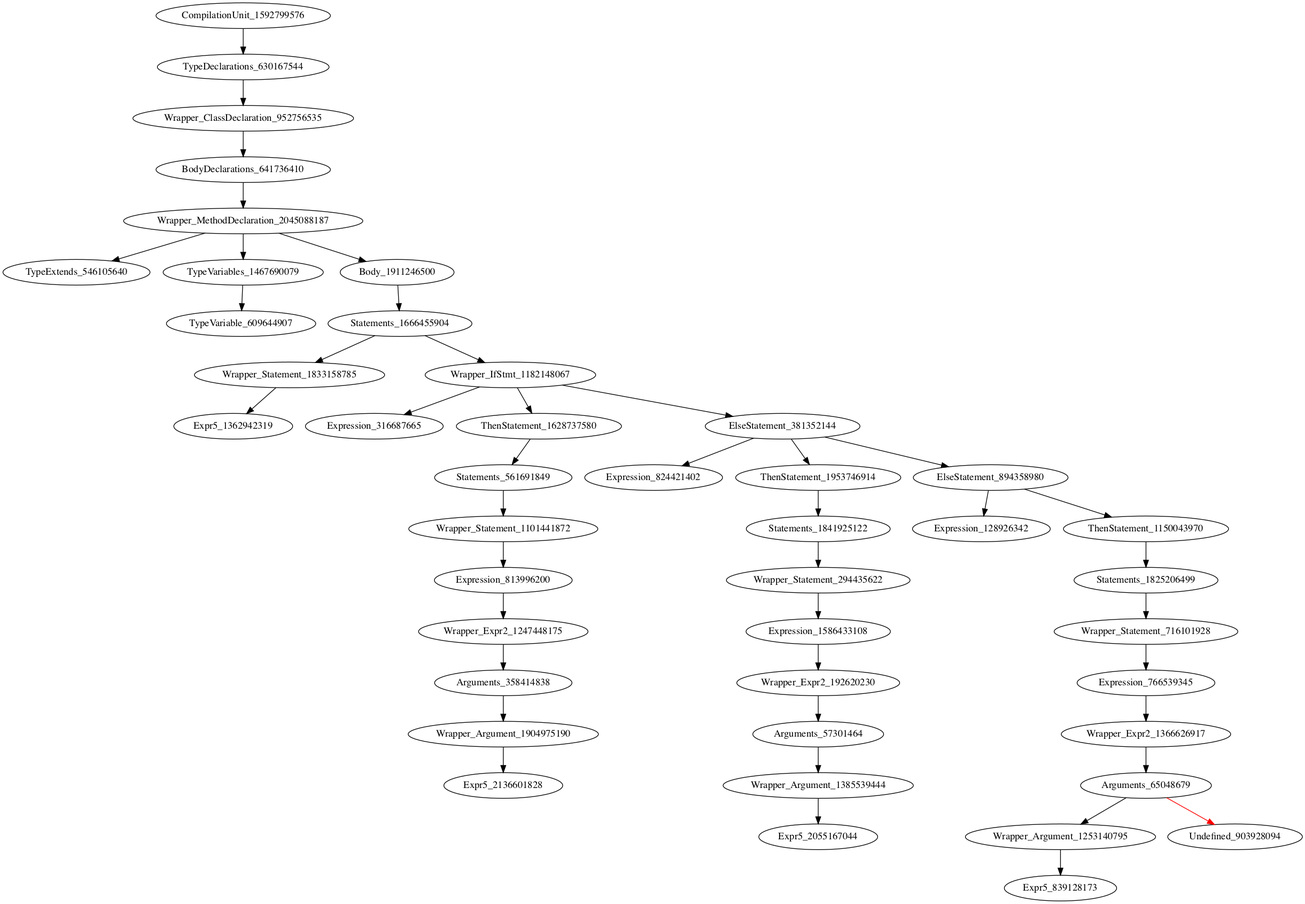
Above: holeAST.png in icse2023material/VoiceJava (Graphviz), before the change. Its source is kept beside it as holeAST.dot.
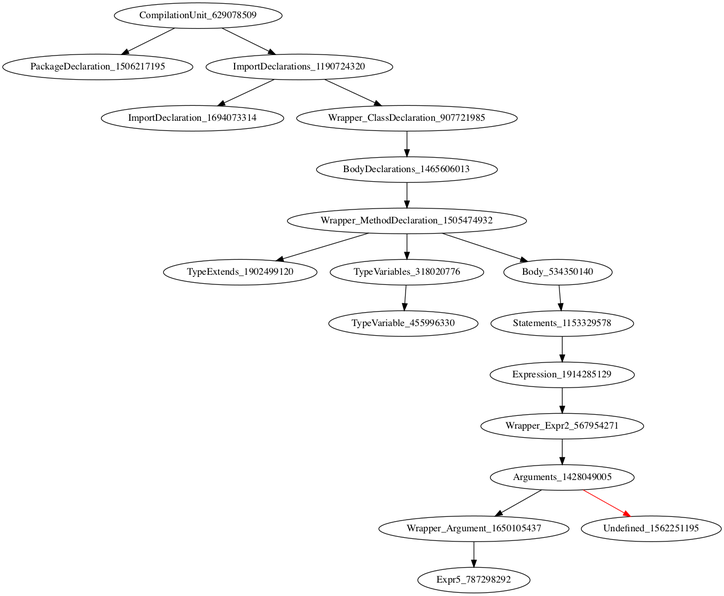
Above is the later version.

Change to the diagram source:
```diff
@@ -1,44 +1,19 @@
 digraph {
-CompilationUnit_1592799576 -> TypeDeclarations_630167544
-TypeDeclarations_630167544 -> Wrapper_ClassDeclaration_952756535
-Wrapper_ClassDeclaration_952756535 -> BodyDeclarations_641736410
-BodyDeclarations_641736410 -> Wrapper_MethodDeclaration_2045088187
-Wrapper_MethodDeclaration_2045088187 -> TypeExtends_546105640
-Wrapper_MethodDeclaration_2045088187 -> TypeVariables_1467690079
-Wrapper_MethodDeclaration_2045088187 -> Body_1911246500
-TypeVariables_1467690079 -> TypeVariable_609644907
-Body_1911246500 -> Statements_1666455904
-Statements_1666455904 -> Wrapper_Statement_1833158785
-Statements_1666455904 -> Wrapper_IfStmt_1182148067
-Wrapper_Statement_1833158785 -> Expr5_1362942319
-Wrapper_IfStmt_1182148067 -> Expression_316687665
-Wrapper_IfStmt_1182148067 -> ThenStatement_1628737580
-Wrapper_IfStmt_1182148067 -> ElseStatement_381352144
-ThenStatement_1628737580 -> Statements_561691849
-ElseStatement_381352144 -> Expression_824421402
-ElseStatement_381352144 -> ThenStatement_1953746914
-ElseStatement_381352144 -> ElseStatement_894358980
-Statements_561691849 -> Wrapper_Statement_1101441872
-ThenStatement_1953746914 -> Statements_1841925122
-ElseStatement_894358980 -> Expression_128926342
-ElseStatement_894358980 -> ThenStatement_1150043970
-Wrapper_Statement_1101441872 -> Expression_813996200
-Statements_1841925122 -> Wrapper_Statement_294435622
-ThenStatement_1150043970 -> Statements_1825206499
-Expression_813996200 -> Wrapper_Expr2_1247448175
-Wrapper_Statement_294435622 -> Expression_1586433108
-Statements_1825206499 -> Wrapper_Statement_716101928
-Wrapper_Expr2_1247448175 -> Arguments_358414838
-Expression_1586433108 -> Wrapper_Expr2_192620230
-Wrapper_Statement_716101928 -> Expression_766539345
-Arguments_358414838 -> Wrapper_Argument_1904975190
-Wrapper_Expr2_192620230 -> Arguments_57301464
-Expression_766539345 -> Wrapper_Expr2_1366626917
-Wrapper_Argument_1904975190 -> Expr5_2136601828
-Arguments_57301464 -> Wrapper_Argument_1385539444
-Wrapper_Expr2_1366626917 -> Arguments_65048679
-Wrapper_Argument_1385539444 -> Expr5_2055167044
-Arguments_65048679 -> Wrapper_Argument_1253140795
-Arguments_65048679 -> Undefined_903928094 [color = red]
-Wrapper_Argument_1253140795 -> Expr5_839128173
+CompilationUnit_629078509 -> PackageDeclaration_1506217195
+CompilationUnit_629078509 -> ImportDeclarations_1190724320
+ImportDeclarations_1190724320 -> ImportDeclaration_1694073314
+ImportDeclarations_1190724320 -> Wrapper_ClassDeclaration_907721985
+Wrapper_ClassDeclaration_907721985 -> BodyDeclarations_1465606013
+BodyDeclarations_1465606013 -> Wrapper_MethodDeclaration_1505474932
+Wrapper_MethodDeclaration_1505474932 -> TypeExtends_1902499120
+Wrapper_MethodDeclaration_1505474932 -> TypeVariables_318020776
+Wrapper_MethodDeclaration_1505474932 -> Body_534350140
+TypeVariables_318020776 -> TypeVariable_455996330
+Body_534350140 -> Statements_1153329578
+Statements_1153329578 -> Expression_1914285129
+Expression_1914285129 -> Wrapper_Expr2_567954271
+Wrapper_Expr2_567954271 -> Arguments_1428049005
+Arguments_1428049005 -> Wrapper_Argument_1650105437
+Arguments_1428049005 -> Undefined_1562251195 [color = red]
+Wrapper_Argument_1650105437 -> Expr5_787298292
 }
```
